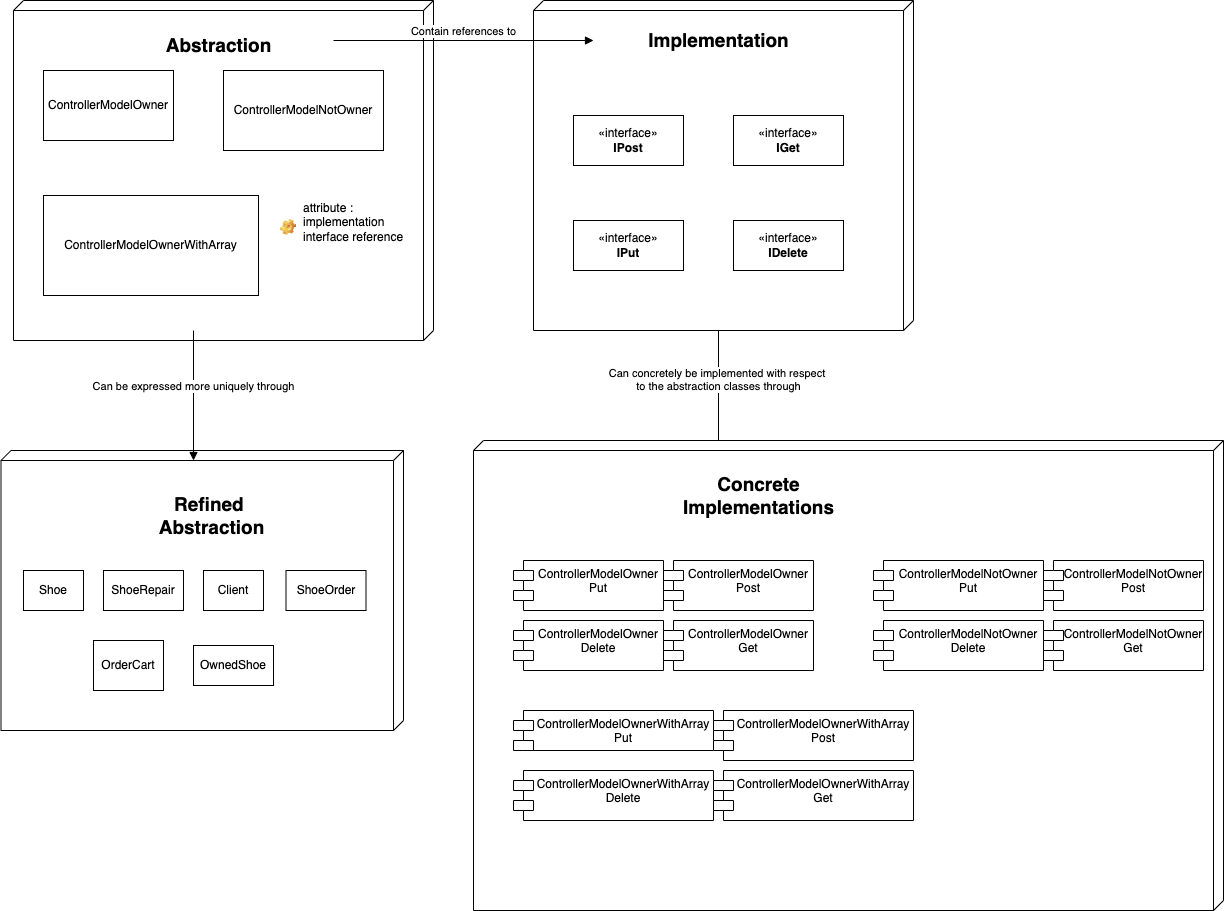
Earlier version of the draw.io export FastTrackEServicesArchitecture-Bridge Pattern.drawio.png (Decoretum/FastTrackEServices). Source tidied: cells renumbered, new cells last; positions are measured from the earlier drawing's top-left corner, leaving out a move shared by most shapes.
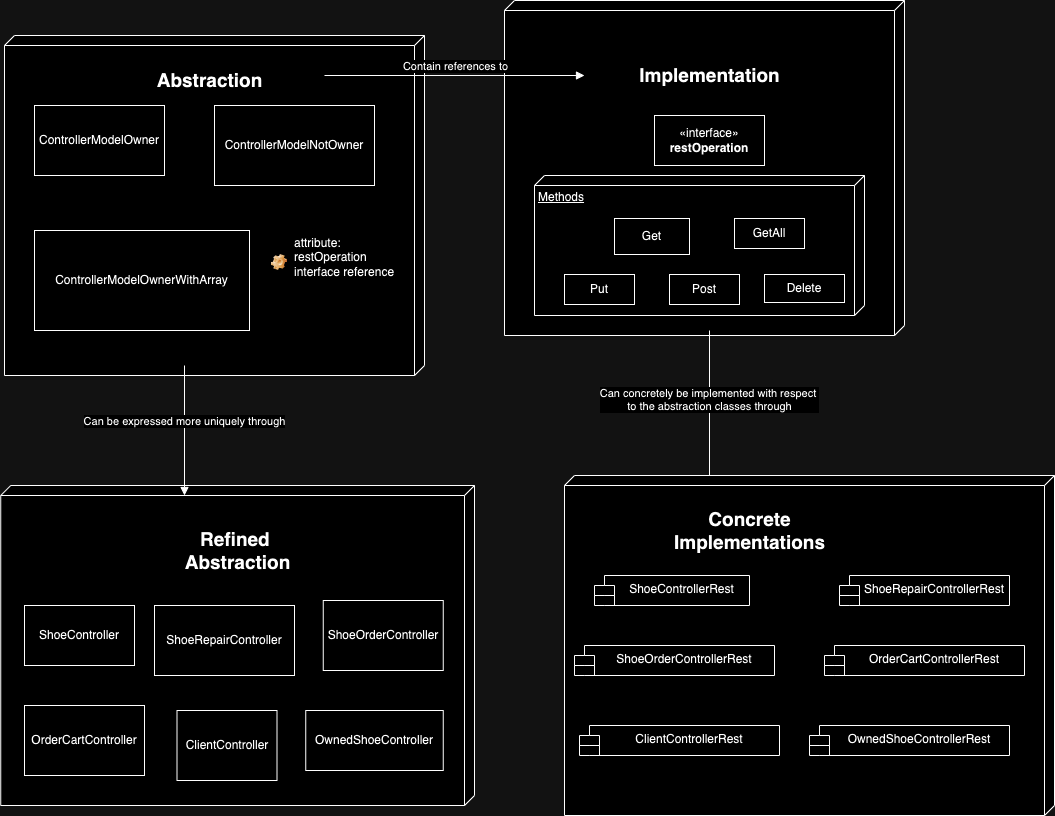
Above is the later version.

Change to the diagram source:
```diff
@@ -3,17 +3,14 @@
     <mxCell id="0" />
     <mxCell id="1" parent="0" />
     <mxCell id="2" style="verticalAlign=top;align=left;spacingTop=8;spacingLeft=2;spacingRight=12;shape=cube;size=10;direction=south;fontStyle=4;html=1;whiteSpace=wrap;" parent="1" vertex="1">
-      <mxGeometry x="-0.5" y="450" width="402.5" height="280" as="geometry" />
+      <mxGeometry x="8.2" y="450" width="473.8" height="320" as="geometry" />
     </mxCell>
     <mxCell id="3" style="verticalAlign=top;align=left;spacingTop=8;spacingLeft=2;spacingRight=12;shape=cube;size=10;direction=south;fontStyle=4;html=1;whiteSpace=wrap;" parent="1" vertex="1">
-      <mxGeometry x="532" width="380" height="330" as="geometry" />
+      <mxGeometry x="512" y="-35" width="400" height="335" as="geometry" />
     </mxCell>
     <mxCell id="4" style="verticalAlign=top;align=left;spacingTop=8;spacingLeft=2;spacingRight=12;shape=cube;size=10;direction=south;fontStyle=4;html=1;whiteSpace=wrap;" parent="1" vertex="1">
       <mxGeometry x="12" width="420" height="340" as="geometry" />
     </mxCell>
-    <mxCell id="5" value="«interface»&lt;br&gt;&lt;b&gt;IGet&lt;/b&gt;" style="html=1;whiteSpace=wrap;" parent="1" vertex="1">
-      <mxGeometry x="732" y="115" width="110" height="50" as="geometry" />
-    </mxCell>
     <mxCell id="6" value="ControllerModelOwner" style="html=1;whiteSpace=wrap;" parent="1" vertex="1">
       <mxGeometry x="42" y="70" width="130" height="70" as="geometry" />
     </mxCell>
@@ -35,15 +32,9 @@
     <mxCell id="11" value="Implementation" style="text;align=center;fontStyle=1;verticalAlign=middle;spacingLeft=3;spacingRight=3;strokeColor=none;html=1;fontSize=19;" parent="1" vertex="1">
       <mxGeometry x="622" y="10" width="190" height="60" as="geometry" />
     </mxCell>
-    <mxCell id="12" value="«interface»&lt;br&gt;&lt;b&gt;IPost&lt;/b&gt;" style="html=1;whiteSpace=wrap;" parent="1" vertex="1">
-      <mxGeometry x="572" y="115" width="110" height="50" as="geometry" />
+    <mxCell id="12" value="«interface»&lt;br&gt;&lt;b&gt;restOperation&lt;/b&gt;" style="html=1;whiteSpace=wrap;" parent="1" vertex="1">
+      <mxGeometry x="662" y="80" width="110" height="50" as="geometry" />
     </mxCell>
-    <mxCell id="13" value="«interface»&lt;br&gt;&lt;b&gt;IPut&lt;/b&gt;" style="html=1;whiteSpace=wrap;" parent="1" vertex="1">
-      <mxGeometry x="572" y="220" width="110" height="50" as="geometry" />
-    </mxCell>
-    <mxCell id="14" value="«interface»&lt;br&gt;&lt;b&gt;IDelete&lt;/b&gt;" style="html=1;whiteSpace=wrap;" parent="1" vertex="1">
-      <mxGeometry x="732" y="220" width="110" height="50" as="geometry" />
-    </mxCell>
     <mxCell id="15" value="Can be expressed more uniquely through" style="html=1;verticalAlign=bottom;endArrow=block;curved=0;rounded=0;" parent="1" edge="1">
       <mxGeometry relative="1" as="geometry">
         <mxPoint x="192" y="330" as="sourcePoint" />
@@ -51,7 +42,7 @@
       </mxGeometry>
     </mxCell>
     <mxCell id="16" value="Refined&amp;nbsp;&lt;div&gt;Abstraction&lt;/div&gt;" style="text;align=center;fontStyle=1;verticalAlign=middle;spacingLeft=3;spacingRight=3;strokeColor=none;html=1;fontSize=19;" parent="1" vertex="1">
-      <mxGeometry x="134.5" y="490" width="150" height="50" as="geometry" />
+      <mxGeometry x="170.1" y="490" width="150" height="50" as="geometry" />
     </mxCell>
     <mxCell id="17" value="Can concretely be implemented with respect&amp;nbsp;&lt;div&gt;to the abstraction classes through&lt;/div&gt;" style="html=1;verticalAlign=bottom;endArrow=block;curved=0;rounded=0;exitX=0;exitY=0;exitDx=330;exitDy=195;exitPerimeter=0;" parent="1" edge="1" source="3">
       <mxGeometry x="0.09" relative="1" as="geometry">
@@ -59,67 +50,67 @@
       </mxGeometry>
     </mxCell>
     <mxCell id="18" style="verticalAlign=top;align=left;spacingTop=8;spacingLeft=2;spacingRight=12;shape=cube;size=10;direction=south;fontStyle=4;html=1;whiteSpace=wrap;" parent="1" vertex="1">
-      <mxGeometry x="472" y="440" width="750" height="470" as="geometry" />
+      <mxGeometry x="572" y="440" width="490" height="340" as="geometry" />
     </mxCell>
     <mxCell id="19" value="Concrete&lt;div&gt;Implementations&lt;/div&gt;" style="text;align=center;fontStyle=1;verticalAlign=middle;spacingLeft=3;spacingRight=3;strokeColor=none;html=1;fontSize=19;" parent="1" vertex="1">
       <mxGeometry x="682" y="470" width="150" height="50" as="geometry" />
     </mxCell>
-    <mxCell id="20" value="attribute : implementation interface reference" style="label;fontStyle=0;strokeColor=none;fillColor=none;align=left;verticalAlign=top;overflow=hidden;spacingLeft=28;spacingRight=4;imageWidth=16;imageHeight=16;whiteSpace=wrap;html=1;image=img/clipart/Gear_128x128.png;" parent="1" vertex="1">
+    <mxCell id="20" value="attribute:&lt;div&gt;restOperation interface reference&lt;/div&gt;" style="label;fontStyle=0;strokeColor=none;fillColor=none;align=left;verticalAlign=top;overflow=hidden;spacingLeft=28;spacingRight=4;imageWidth=16;imageHeight=16;whiteSpace=wrap;html=1;image=img/clipart/Gear_128x128.png;" parent="1" vertex="1">
       <mxGeometry x="272" y="194" width="140" height="66" as="geometry" />
     </mxCell>
-    <mxCell id="21" value="ControllerModelOwner Put" style="shape=module;align=left;spacingLeft=20;align=center;verticalAlign=top;whiteSpace=wrap;html=1;" parent="1" vertex="1">
-      <mxGeometry x="512" y="560" width="150" height="50" as="geometry" />
+    <mxCell id="21" value="ShoeControllerRest" style="shape=module;align=left;spacingLeft=20;align=center;verticalAlign=top;whiteSpace=wrap;html=1;" parent="1" vertex="1">
+      <mxGeometry x="602" y="540" width="155" height="30" as="geometry" />
     </mxCell>
-    <mxCell id="22" value="ControllerModelOwner Delete" style="shape=module;align=left;spacingLeft=20;align=center;verticalAlign=top;whiteSpace=wrap;html=1;" parent="1" vertex="1">
-      <mxGeometry x="512" y="620" width="150" height="50" as="geometry" />
-    </mxCell>
-    <mxCell id="23" value="ControllerModelOwner Post&lt;div&gt;&lt;br&gt;&lt;/div&gt;" style="shape=module;align=left;spacingLeft=20;align=center;verticalAlign=top;whiteSpace=wrap;html=1;" parent="1" vertex="1">
-      <mxGeometry x="662" y="560" width="150" height="50" as="geometry" />
-    </mxCell>
-    <mxCell id="24" value="ControllerModelOwner Get" style="shape=module;align=left;spacingLeft=20;align=center;verticalAlign=top;whiteSpace=wrap;html=1;" parent="1" vertex="1">
-      <mxGeometry x="662" y="620" width="150" height="50" as="geometry" />
-    </mxCell>
-    <mxCell id="25" value="ControllerModelOwnerWithArray Put" style="shape=module;align=left;spacingLeft=20;align=center;verticalAlign=top;whiteSpace=wrap;html=1;" parent="1" vertex="1">
-      <mxGeometry x="512" y="710" width="200" height="40" as="geometry" />
-    </mxCell>
-    <mxCell id="26" value="ControllerModelOwnerWithArray Delete" style="shape=module;align=left;spacingLeft=20;align=center;verticalAlign=top;whiteSpace=wrap;html=1;" parent="1" vertex="1">
-      <mxGeometry x="512" y="770" width="200" height="50" as="geometry" />
+    <mxCell id="26" value="ShoeOrderControllerRest" style="shape=module;align=left;spacingLeft=20;align=center;verticalAlign=top;whiteSpace=wrap;html=1;" parent="1" vertex="1">
+      <mxGeometry x="582" y="610" width="200" height="30" as="geometry" />
     </mxCell>
-    <mxCell id="27" value="ControllerModelOwnerWithArray Post&lt;div&gt;&lt;br&gt;&lt;/div&gt;" style="shape=module;align=left;spacingLeft=20;align=center;verticalAlign=top;whiteSpace=wrap;html=1;" parent="1" vertex="1">
-      <mxGeometry x="712" y="710" width="200" height="50" as="geometry" />
-    </mxCell>
-    <mxCell id="28" value="ControllerModelOwnerWithArray Get" style="shape=module;align=left;spacingLeft=20;align=center;verticalAlign=top;whiteSpace=wrap;html=1;" parent="1" vertex="1">
-      <mxGeometry x="712" y="770" width="200" height="50" as="geometry" />
-    </mxCell>
-    <mxCell id="29" value="ControllerModelNotOwner Put" style="shape=module;align=left;spacingLeft=20;align=center;verticalAlign=top;whiteSpace=wrap;html=1;" parent="1" vertex="1">
-      <mxGeometry x="872" y="560" width="170" height="50" as="geometry" />
-    </mxCell>
-    <mxCell id="30" value="ControllerModelNotOwner Delete" style="shape=module;align=left;spacingLeft=20;align=center;verticalAlign=top;whiteSpace=wrap;html=1;" parent="1" vertex="1">
-      <mxGeometry x="872" y="620" width="170" height="50" as="geometry" />
+    <mxCell id="30" value="ShoeRepairControllerRest" style="shape=module;align=left;spacingLeft=20;align=center;verticalAlign=top;whiteSpace=wrap;html=1;" parent="1" vertex="1">
+      <mxGeometry x="847" y="540" width="170" height="30" as="geometry" />
     </mxCell>
-    <mxCell id="31" value="ControllerModelNotOwner Post&lt;div&gt;&lt;br&gt;&lt;/div&gt;" style="shape=module;align=left;spacingLeft=20;align=center;verticalAlign=top;whiteSpace=wrap;html=1;" parent="1" vertex="1">
-      <mxGeometry x="1042" y="560" width="160" height="50" as="geometry" />
-    </mxCell>
-    <mxCell id="32" value="ControllerModelNotOwner Get" style="shape=module;align=left;spacingLeft=20;align=center;verticalAlign=top;whiteSpace=wrap;html=1;" parent="1" vertex="1">
-      <mxGeometry x="1042" y="620" width="160" height="50" as="geometry" />
-    </mxCell>
-    <mxCell id="33" value="Shoe" style="html=1;whiteSpace=wrap;" parent="1" vertex="1">
-      <mxGeometry x="22" y="570" width="60" height="40" as="geometry" />
+    <mxCell id="33" value="ShoeController" style="html=1;whiteSpace=wrap;" parent="1" vertex="1">
+      <mxGeometry x="32" y="570" width="110" height="60" as="geometry" />
     </mxCell>
-    <mxCell id="34" value="ShoeRepair" style="html=1;whiteSpace=wrap;" parent="1" vertex="1">
-      <mxGeometry x="102" y="570" width="80" height="40" as="geometry" />
+    <mxCell id="34" value="ShoeRepairController" style="html=1;whiteSpace=wrap;" parent="1" vertex="1">
+      <mxGeometry x="162" y="570" width="140" height="70" as="geometry" />
     </mxCell>
-    <mxCell id="35" value="Client" style="html=1;whiteSpace=wrap;" parent="1" vertex="1">
-      <mxGeometry x="202" y="570" width="60" height="40" as="geometry" />
+    <mxCell id="35" value="ClientController" style="html=1;whiteSpace=wrap;" parent="1" vertex="1">
+      <mxGeometry x="184.5" y="675" width="100" height="70" as="geometry" />
     </mxCell>
-    <mxCell id="36" value="ShoeOrder" style="html=1;whiteSpace=wrap;" parent="1" vertex="1">
-      <mxGeometry x="284.5" y="570" width="80" height="40" as="geometry" />
+    <mxCell id="36" value="ShoeOrderController" style="html=1;whiteSpace=wrap;" parent="1" vertex="1">
+      <mxGeometry x="330.8" y="565" width="120" height="70" as="geometry" />
     </mxCell>
-    <mxCell id="37" value="OrderCart" style="html=1;whiteSpace=wrap;" parent="1" vertex="1">
-      <mxGeometry x="92" y="640" width="70" height="50" as="geometry" />
+    <mxCell id="37" value="OrderCartController" style="html=1;whiteSpace=wrap;" parent="1" vertex="1">
+      <mxGeometry x="32" y="670" width="120" height="70" as="geometry" />
     </mxCell>
-    <mxCell id="38" value="OwnedShoe" style="html=1;whiteSpace=wrap;" parent="1" vertex="1">
-      <mxGeometry x="192" y="645" width="80" height="40" as="geometry" />
+    <mxCell id="38" value="OwnedShoeController" style="html=1;whiteSpace=wrap;" parent="1" vertex="1">
+      <mxGeometry x="313.2" y="675" width="137.5" height="60" as="geometry" />
     </mxCell>
+    <mxCell id="39" value="Methods" style="verticalAlign=top;align=left;spacingTop=8;spacingLeft=2;spacingRight=12;shape=cube;size=10;direction=south;fontStyle=4;html=1;whiteSpace=wrap;" parent="1" vertex="1">
+      <mxGeometry x="542" y="140" width="330" height="140" as="geometry" />
+    </mxCell>
+    <mxCell id="40" value="Get" style="html=1;whiteSpace=wrap;" parent="1" vertex="1">
+      <mxGeometry x="622" y="183" width="75" height="36" as="geometry" />
+    </mxCell>
+    <mxCell id="41" value="GetAll" style="html=1;whiteSpace=wrap;" parent="1" vertex="1">
+      <mxGeometry x="742" y="183" width="70" height="30" as="geometry" />
+    </mxCell>
+    <mxCell id="42" value="Post" style="html=1;whiteSpace=wrap;" parent="1" vertex="1">
+      <mxGeometry x="677" y="239" width="70" height="30" as="geometry" />
+    </mxCell>
+    <mxCell id="43" value="Put" style="html=1;whiteSpace=wrap;" parent="1" vertex="1">
+      <mxGeometry x="572" y="239" width="70" height="30" as="geometry" />
+    </mxCell>
+    <mxCell id="44" value="Delete" style="html=1;whiteSpace=wrap;" parent="1" vertex="1">
+      <mxGeometry x="772" y="239" width="80" height="28" as="geometry" />
+    </mxCell>
+    <mxCell id="45" value="OrderCartControllerRest" style="shape=module;align=left;spacingLeft=20;align=center;verticalAlign=top;whiteSpace=wrap;html=1;" parent="1" vertex="1">
+      <mxGeometry x="832" y="610" width="200" height="30" as="geometry" />
+    </mxCell>
+    <mxCell id="46" value="ClientControllerRest" style="shape=module;align=left;spacingLeft=20;align=center;verticalAlign=top;whiteSpace=wrap;html=1;" parent="1" vertex="1">
+      <mxGeometry x="587" y="690" width="200" height="30" as="geometry" />
+    </mxCell>
+    <mxCell id="47" value="OwnedShoeControllerRest" style="shape=module;align=left;spacingLeft=20;align=center;verticalAlign=top;whiteSpace=wrap;html=1;" parent="1" vertex="1">
+      <mxGeometry x="817" y="690" width="200" height="30" as="geometry" />
+    </mxCell>
   </root>
 </mxGraphModel>
```
